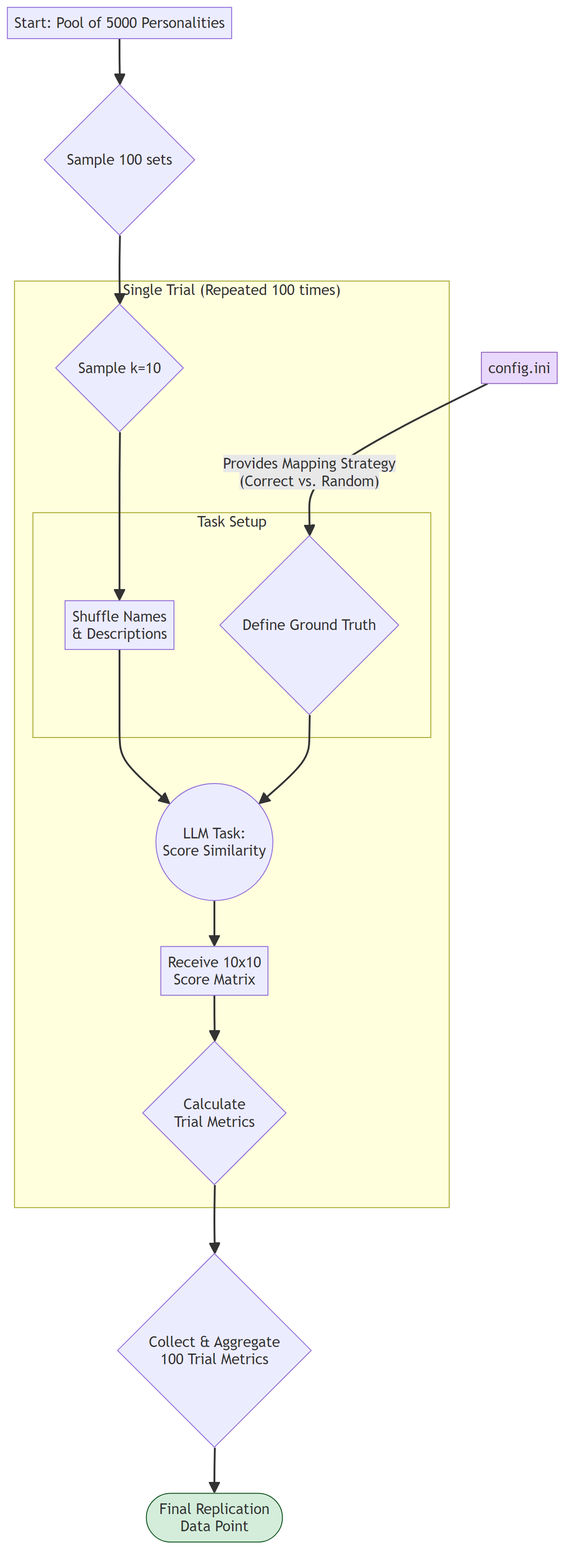
The Mermaid diagram docs/images/architecture_experimental_logic.png in peterjmarko/llm-narrative-framework, before a commit. Its source is kept beside it as docs/diagrams/architecture_experimental_logic.mmd.
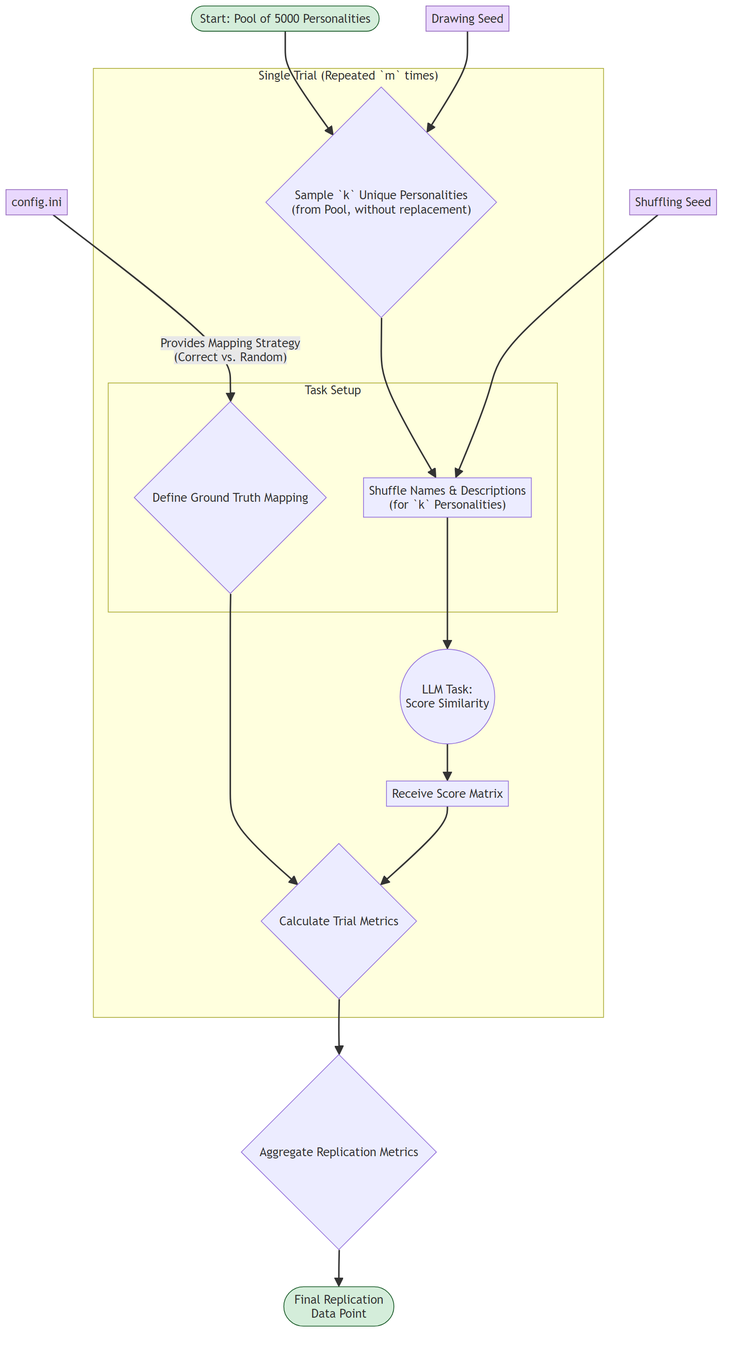
The same file after the commit.

The edit, as a diff of the source:
```diff
@@ -1,26 +1,31 @@
 graph TD
-    A["Start: Pool of 5000 Personalities"]
-    B{"Sample 100 sets"}
-    C{"Sample k=10"}
-    D["Shuffle Names<br/>& Descriptions"]
+    A(["Start: Pool of 5000 Personalities"]):::start_end_node
+    C{"Sample `k` Unique Personalities<br/>(from Pool, without replacement)"}
+    DrawingSeed[Drawing Seed]:::input
+    D["Shuffle Names & Descriptions<br/>(for `k` Personalities)"]
+    ShufflingSeed[Shuffling Seed]:::input
     Input[config.ini]:::input
-    M{"Define Ground Truth"}
+    M{"Define Ground Truth Mapping"}
     F(("LLM Task:<br/>Score Similarity"))
-    G["Receive 10x10<br/>Score Matrix"]
-    H{"Calculate<br/>Trial Metrics"}
-    I{"Collect & Aggregate<br/>100 Trial Metrics"}
-    K(["Final Replication<br/>Data Point"]):::final
+    G["Receive Score Matrix"]
+    H{"Calculate Trial Metrics"}
+    I{"Aggregate Replication Metrics"}
+    K(["Final Replication<br/>Data Point"]):::start_end_node
 
-    A --> B --> C
+    A --> C
+    DrawingSeed --> C
+
     C --> D
+    ShufflingSeed --> D
 
     Input -- "Provides Mapping Strategy<br/>(Correct vs. Random)" --> M
 
-    D & M --> F
+    D --> F
+    M --> H
     F --> G --> H
     H --> I --> K
 
-    subgraph "Single Trial (Repeated 100 times)"
+    subgraph "Single Trial (Repeated `m` times)"
         C
         F
         G
@@ -32,5 +37,5 @@
         end
     end
 
-    classDef final fill:#d4edda,stroke:#155724;
+    classDef start_end_node fill:#d4edda,stroke:#155724;
     classDef input fill:#e9d8fd,stroke:#9467bd;
```
